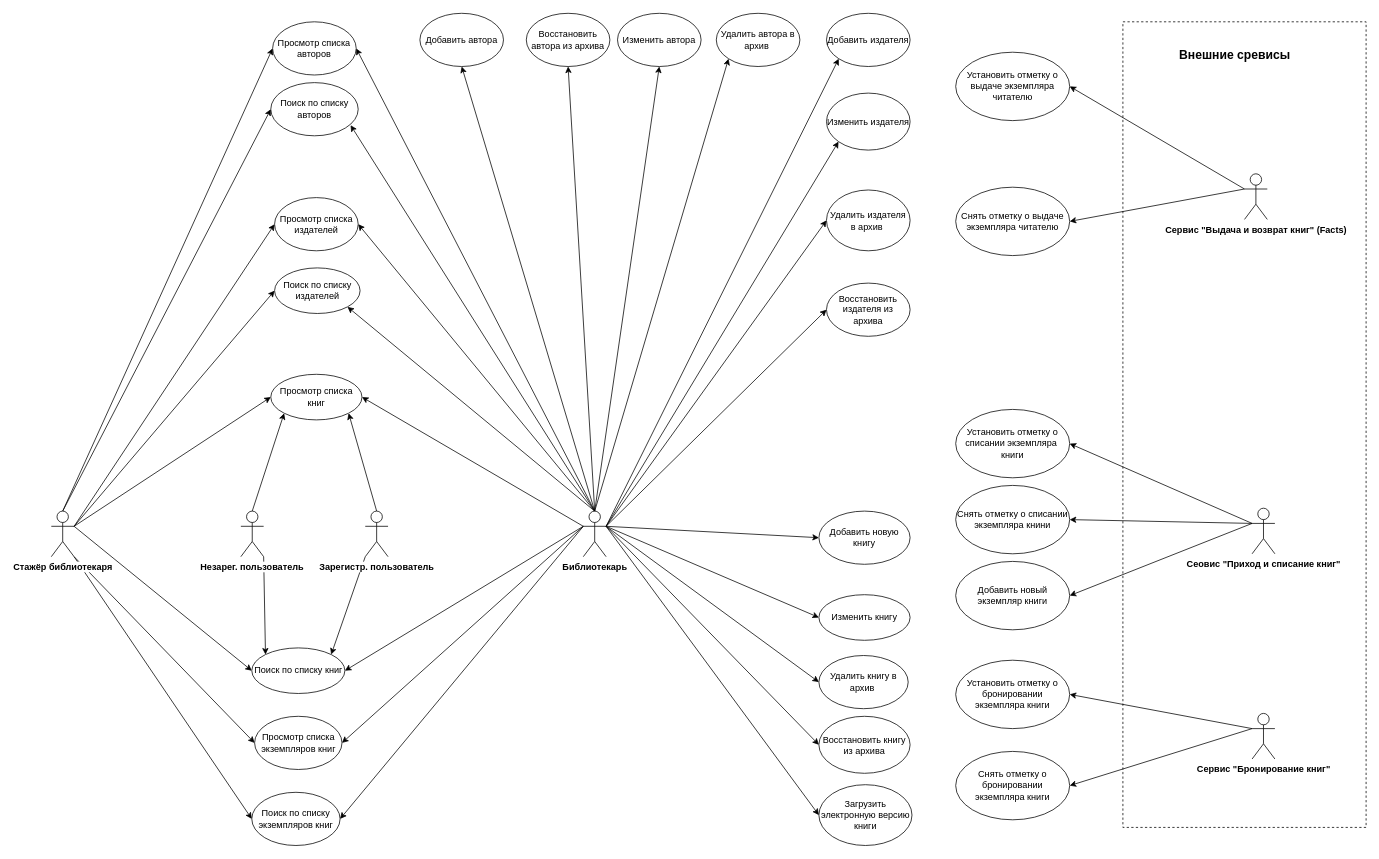
The draw.io diagram Docs/UseCases сервиса Catalog.drawio in SakhalinNovosibirskTomsk/Catalog, before the edit. Source tidied: cells renumbered, new cells numbered last; positions are measured from the earlier drawing's top-left corner, leaving out a move shared by most shapes. Both pictures are drawn from the tidied source at 76%, with x=0, y=0 at pixel (51, 13).
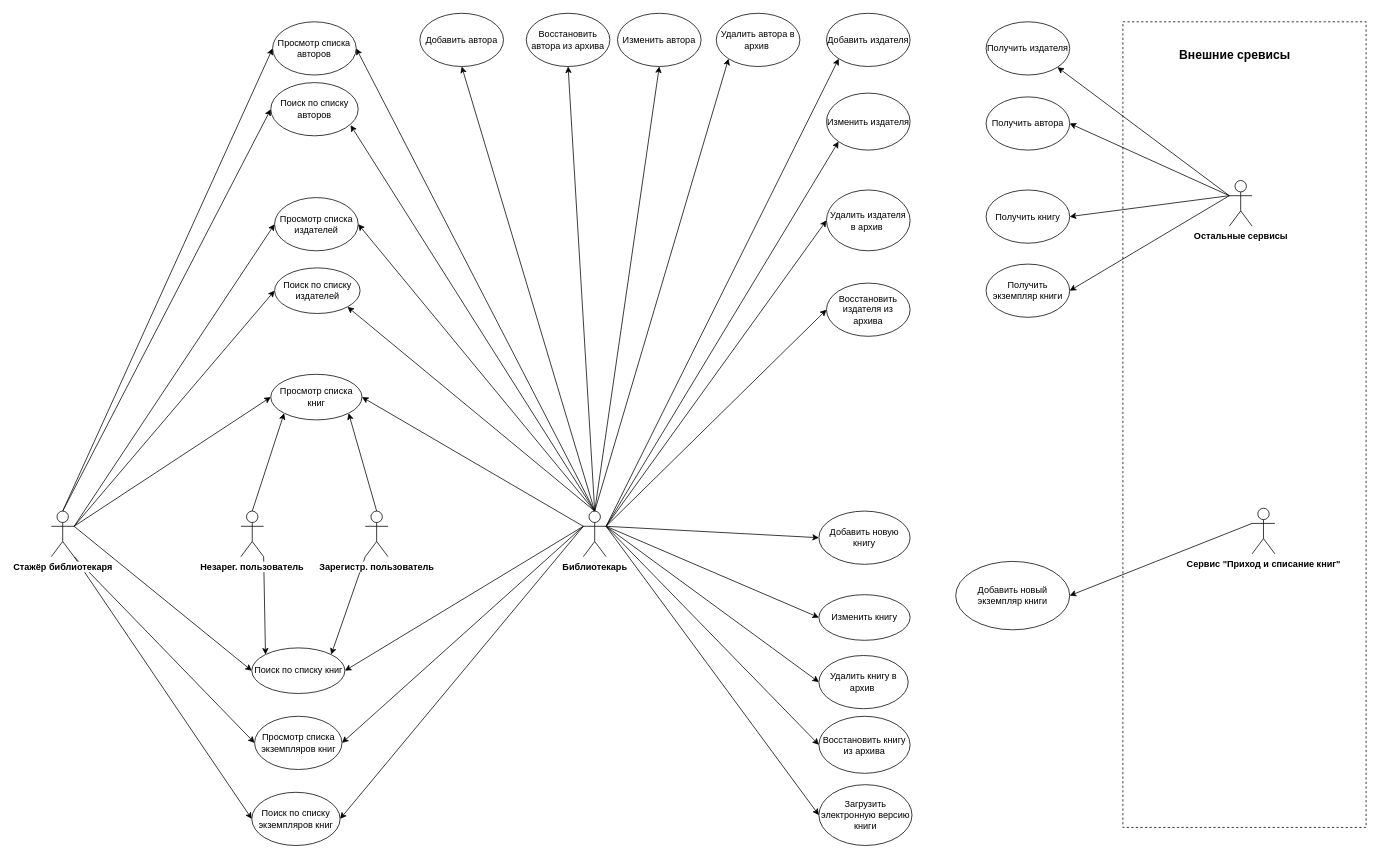
Above is the later version.

Diff of the diagram source:
```diff
@@
-    <mxCell id="24" value="Установить отметку о списании экземпляра&amp;nbsp; книги" style="ellipse;whiteSpace=wrap;html=1;" parent="1" vertex="1">
-      <mxGeometry x="1190" y="521.2" width="150" height="90" as="geometry" />
-    </mxCell>
-    <mxCell id="25" value="Установить отметку о выдаче экземпляра читателю" style="ellipse;whiteSpace=wrap;html=1;" parent="1" vertex="1">
-      <mxGeometry x="1190" y="51.2" width="150" height="90" as="geometry" />
-    </mxCell>
-    <mxCell id="26" value="Снять отметку о выдаче экземпляра читателю" style="ellipse;whiteSpace=wrap;html=1;" parent="1" vertex="1">
-      <mxGeometry x="1190" y="228.8" width="150" height="90" as="geometry" />
-    </mxCell>
-    <mxCell id="27" value="Снять отметку о бронировании экземпляра книги" style="ellipse;whiteSpace=wrap;html=1;" parent="1" vertex="1">
-      <mxGeometry x="1190" y="971.2" width="150" height="90" as="geometry" />
-    </mxCell>
-    <mxCell id="28" value="Установить отметку о бронировании экземпляра книги" style="ellipse;whiteSpace=wrap;html=1;" parent="1" vertex="1">
-      <mxGeometry x="1190" y="851.2" width="150" height="90" as="geometry" />
-    </mxCell>
@@
-    <mxCell id="66" value="Снять отметку о списании экземпляра книни" style="ellipse;whiteSpace=wrap;html=1;" parent="1" vertex="1">
-      <mxGeometry x="1190" y="621.2" width="150" height="90" as="geometry" />
-    </mxCell>
-    <mxCell id="67" value="Сервис &quot;Выдача и возврат книг&quot; (Facts)" style="shape=umlActor;verticalLabelPosition=bottom;verticalAlign=top;html=1;outlineConnect=0;fontStyle=1;fontColor=#000000;labelBackgroundColor=default;" parent="1" vertex="1">
-      <mxGeometry x="1570" y="211.2" width="30" height="60" as="geometry" />
-    </mxCell>
-    <mxCell id="68" value="Сеовис &quot;Приход и списание книг&quot;" style="shape=umlActor;verticalLabelPosition=bottom;verticalAlign=top;html=1;outlineConnect=0;fontStyle=1;fontColor=#000000;labelBackgroundColor=default;" parent="1" vertex="1">
+    <mxCell id="68" value="Сервис &quot;Приход и списание книг&quot;" style="shape=umlActor;verticalLabelPosition=bottom;verticalAlign=top;html=1;outlineConnect=0;fontStyle=1;fontColor=#000000;labelBackgroundColor=default;" parent="1" vertex="1">
       <mxGeometry x="1580" y="651.2" width="30" height="60" as="geometry" />
     </mxCell>
-    <mxCell id="69" value="Сервис &quot;Бронирование книг&quot;" style="shape=umlActor;verticalLabelPosition=bottom;verticalAlign=top;html=1;outlineConnect=0;fontStyle=1;fontColor=#000000;labelBackgroundColor=default;" parent="1" vertex="1">
-      <mxGeometry x="1580" y="921.2" width="30" height="60" as="geometry" />
-    </mxCell>
@@
-    <mxCell id="71" style="endArrow=classic;html=1;rounded=0;exitX=0;exitY=0.3333333333333333;exitDx=0;exitDy=0;exitPerimeter=0;entryX=1;entryY=0.5;entryDx=0;entryDy=0;" parent="1" edge="1" source="69" target="28">
-      <mxGeometry relative="1" as="geometry" />
-    </mxCell>
-    <mxCell id="72" style="endArrow=classic;html=1;rounded=0;exitX=0;exitY=0.3333333333333333;exitDx=0;exitDy=0;exitPerimeter=0;entryX=1;entryY=0.5;entryDx=0;entryDy=0;" parent="1" edge="1" source="69" target="27">
-      <mxGeometry relative="1" as="geometry" />
-    </mxCell>
-    <mxCell id="73" style="endArrow=classic;html=1;rounded=0;exitX=0;exitY=0.3333333333333333;exitDx=0;exitDy=0;exitPerimeter=0;entryX=1;entryY=0.5;entryDx=0;entryDy=0;" parent="1" edge="1" source="68" target="24">
-      <mxGeometry relative="1" as="geometry" />
-    </mxCell>
-    <mxCell id="74" style="endArrow=classic;html=1;rounded=0;exitX=0;exitY=0.3333333333333333;exitDx=0;exitDy=0;exitPerimeter=0;entryX=1;entryY=0.5;entryDx=0;entryDy=0;" parent="1" edge="1" source="68" target="66">
-      <mxGeometry relative="1" as="geometry" />
-    </mxCell>
@@
-    <mxCell id="76" style="endArrow=classic;html=1;rounded=0;exitX=0;exitY=0.3333333333333333;exitDx=0;exitDy=0;exitPerimeter=0;entryX=1;entryY=0.5;entryDx=0;entryDy=0;" parent="1" edge="1" source="67" target="25">
-      <mxGeometry relative="1" as="geometry" />
-    </mxCell>
-    <mxCell id="77" style="endArrow=classic;html=1;rounded=0;exitX=0;exitY=0.3333333333333333;exitDx=0;exitDy=0;exitPerimeter=0;entryX=1;entryY=0.5;entryDx=0;entryDy=0;" parent="1" edge="1" source="67" target="26">
-      <mxGeometry relative="1" as="geometry" />
-    </mxCell>
@@
+    <mxCell id="79" value="Остальные сервисы" style="shape=umlActor;verticalLabelPosition=bottom;verticalAlign=top;html=1;outlineConnect=0;fontStyle=1;fontColor=#000000;labelBackgroundColor=default;" parent="1" vertex="1">
+      <mxGeometry x="1550" y="220" width="30" height="60" as="geometry" />
+    </mxCell>
+    <mxCell id="80" value="Получить издателя" style="ellipse;whiteSpace=wrap;html=1;" parent="1" vertex="1">
+      <mxGeometry x="1230" y="11.2" width="110" height="70" as="geometry" />
+    </mxCell>
+    <mxCell id="81" value="Получить автора" style="ellipse;whiteSpace=wrap;html=1;" parent="1" vertex="1">
+      <mxGeometry x="1230" y="110" width="110" height="70" as="geometry" />
+    </mxCell>
+    <mxCell id="82" value="Получить книгу" style="ellipse;whiteSpace=wrap;html=1;" parent="1" vertex="1">
+      <mxGeometry x="1230" y="232.5" width="110" height="70" as="geometry" />
+    </mxCell>
+    <mxCell id="83" value="Получить экземпляр книги" style="ellipse;whiteSpace=wrap;html=1;" parent="1" vertex="1">
+      <mxGeometry x="1230" y="330" width="110" height="70" as="geometry" />
+    </mxCell>
+    <mxCell id="84" style="endArrow=classic;html=1;rounded=0;exitX=0;exitY=0.3333333333333333;exitDx=0;exitDy=0;exitPerimeter=0;entryX=1;entryY=1;entryDx=0;entryDy=0;" parent="1" edge="1" source="79" target="80">
+      <mxGeometry relative="1" as="geometry" />
+    </mxCell>
+    <mxCell id="85" style="endArrow=classic;html=1;rounded=0;exitX=0;exitY=0.3333333333333333;exitDx=0;exitDy=0;exitPerimeter=0;entryX=1;entryY=0.5;entryDx=0;entryDy=0;" parent="1" edge="1" source="79" target="81">
+      <mxGeometry relative="1" as="geometry" />
+    </mxCell>
+    <mxCell id="86" style="endArrow=classic;html=1;rounded=0;entryX=1;entryY=0.5;entryDx=0;entryDy=0;exitX=0;exitY=0.3333333333333333;exitDx=0;exitDy=0;exitPerimeter=0;" parent="1" edge="1" source="79" target="82">
+      <mxGeometry relative="1" as="geometry" />
+    </mxCell>
+    <mxCell id="87" style="endArrow=classic;html=1;rounded=0;exitX=0;exitY=0.3333333333333333;exitDx=0;exitDy=0;exitPerimeter=0;entryX=1;entryY=0.5;entryDx=0;entryDy=0;" parent="1" edge="1" source="79" target="83">
+      <mxGeometry relative="1" as="geometry" />
+    </mxCell>
```
